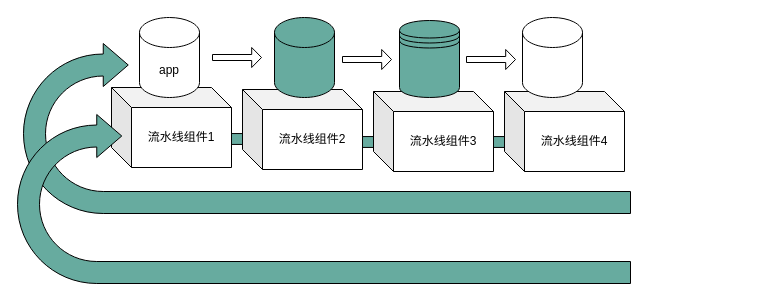
This is 研发流水线.drawio from mingtian110/pc_home, a draw.io file, before an edit. Source tidied: cells renumbered, new cells numbered last; positions are measured from the earlier drawing's top-left corner, leaving out a move shared by most shapes. Both pictures are drawn from the tidied source at 100%, with x=0, y=0 at pixel (17, 17).
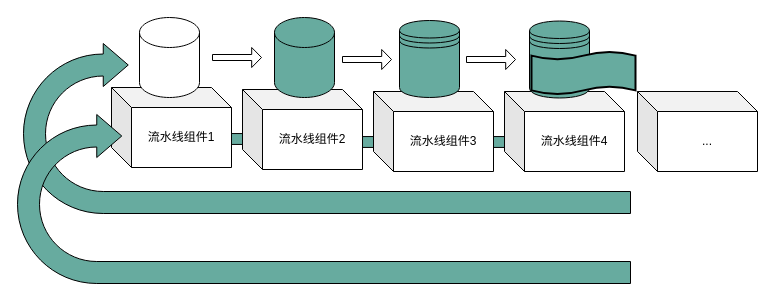
The same page after the edit.

Commit message (it also covers changes not shown here):
更新研发流水线.drawio

Diff of the diagram source:
```diff
@@
 <mxGraphModel>
   <root>
     <mxCell id="0" />
     <mxCell id="1" parent="0" />
     <mxCell id="2" style="html=1;shadow=0;dashed=0;align=center;verticalAlign=middle;shape=mxgraph.arrows2.sharpArrow2;dy1=0.67;dx1=18;dx2=18;dy3=0.15;dx3=27;notch=0;fillColor=#67AB9F;" parent="1" vertex="1">
       <mxGeometry x="447" y="108" width="96" height="33" as="geometry" />
     </mxCell>
     <mxCell id="3" style="html=1;shadow=0;dashed=0;align=center;verticalAlign=middle;shape=mxgraph.arrows2.sharpArrow2;dy1=0.67;dx1=18;dx2=18;dy3=0.15;dx3=27;notch=0;fillColor=#67AB9F;" parent="1" vertex="1">
       <mxGeometry x="319" y="108" width="96" height="33" as="geometry" />
     </mxCell>
     <mxCell id="4" style="html=1;shadow=0;dashed=0;align=center;verticalAlign=middle;shape=mxgraph.arrows2.sharpArrow2;dy1=0.67;dx1=18;dx2=18;dy3=0.15;dx3=27;notch=0;fillColor=#67AB9F;" parent="1" vertex="1">
       <mxGeometry x="179" y="105" width="96" height="33" as="geometry" />
     </mxCell>
     <mxCell id="5" value="流水线组件1" style="shape=cube;whiteSpace=wrap;html=1;boundedLbl=1;backgroundOutline=1;darkOpacity=0.05;darkOpacity2=0.1;" parent="1" vertex="1">
       <mxGeometry x="94" y="70" width="120" height="80" as="geometry" />
     </mxCell>
     <mxCell id="6" value="&lt;span&gt;流水线组件2&lt;/span&gt;" style="shape=cube;whiteSpace=wrap;html=1;boundedLbl=1;backgroundOutline=1;darkOpacity=0.05;darkOpacity2=0.1;" parent="1" vertex="1">
       <mxGeometry x="225" y="72" width="120" height="80" as="geometry" />
     </mxCell>
     <mxCell id="7" value="&lt;span&gt;流水线组件3&lt;/span&gt;" style="shape=cube;whiteSpace=wrap;html=1;boundedLbl=1;backgroundOutline=1;darkOpacity=0.05;darkOpacity2=0.1;" parent="1" vertex="1">
       <mxGeometry x="356" y="74" width="120" height="80" as="geometry" />
     </mxCell>
     <mxCell id="8" value="&lt;span&gt;流水线组件4&lt;/span&gt;" style="shape=cube;whiteSpace=wrap;html=1;boundedLbl=1;backgroundOutline=1;darkOpacity=0.05;darkOpacity2=0.1;" parent="1" vertex="1">
       <mxGeometry x="487" y="74" width="120" height="80" as="geometry" />
     </mxCell>
-    <mxCell id="9" value="app" style="shape=cylinder3;whiteSpace=wrap;html=1;boundedLbl=1;backgroundOutline=1;size=15;" parent="1" vertex="1">
+    <mxCell id="9" style="shape=cylinder3;whiteSpace=wrap;html=1;boundedLbl=1;backgroundOutline=1;size=15;" parent="1" vertex="1">
       <mxGeometry x="122" width="60" height="80" as="geometry" />
     </mxCell>
     <mxCell id="10" style="shape=cylinder3;whiteSpace=wrap;html=1;boundedLbl=1;backgroundOutline=1;size=15;fillColor=#67AB9F;" parent="1" vertex="1">
       <mxGeometry x="257" width="60" height="80" as="geometry" />
     </mxCell>
-    <mxCell id="11" style="shape=cylinder3;whiteSpace=wrap;html=1;boundedLbl=1;backgroundOutline=1;size=15;" parent="1" vertex="1">
-      <mxGeometry x="505" width="60" height="80" as="geometry" />
-    </mxCell>
     <mxCell id="12" style="shape=singleArrow;whiteSpace=wrap;html=1;" parent="1" vertex="1">
       <mxGeometry x="195" y="30" width="49" height="20" as="geometry" />
     </mxCell>
     <mxCell id="13" style="shape=singleArrow;whiteSpace=wrap;html=1;" parent="1" vertex="1">
       <mxGeometry x="325" y="32" width="49" height="20" as="geometry" />
     </mxCell>
     <mxCell id="14" style="shape=singleArrow;whiteSpace=wrap;html=1;" parent="1" vertex="1">
       <mxGeometry x="449" y="32" width="49" height="20" as="geometry" />
     </mxCell>
     <mxCell id="15" style="shape=datastore;whiteSpace=wrap;html=1;fillColor=#67AB9F;" parent="1" vertex="1">
       <mxGeometry x="382" y="3" width="60" height="77" as="geometry" />
     </mxCell>
     <mxCell id="16" style="html=1;shadow=0;dashed=0;align=center;verticalAlign=middle;shape=mxgraph.arrows2.uTurnArrow;dy=11;arrowHead=43;dx2=25;fillColor=#67AB9F;" parent="1" vertex="1">
       <mxGeometry x="6" y="26" width="607" height="170" as="geometry" />
     </mxCell>
     <mxCell id="17" style="html=1;shadow=0;dashed=0;align=center;verticalAlign=middle;shape=mxgraph.arrows2.uTurnArrow;dy=11;arrowHead=43;dx2=25;fillColor=#67AB9F;" parent="1" vertex="1">
       <mxGeometry y="97" width="613" height="169" as="geometry" />
     </mxCell>
+    <mxCell id="18" style="shape=datastore;whiteSpace=wrap;html=1;fillColor=#67AB9F;" parent="1" vertex="1">
+      <mxGeometry x="512" y="3.5" width="60" height="77" as="geometry" />
+    </mxCell>
+    <mxCell id="19" style="shape=tape;whiteSpace=wrap;html=1;strokeWidth=2;size=0.19;fillColor=#67AB9F;" parent="1" vertex="1">
+      <mxGeometry x="514" y="34" width="104" height="43" as="geometry" />
+    </mxCell>
+    <mxCell id="20" value="..." style="shape=cube;whiteSpace=wrap;html=1;boundedLbl=1;backgroundOutline=1;darkOpacity=0.05;darkOpacity2=0.1;fillColor=#FFFFFF;" parent="1" vertex="1">
+      <mxGeometry x="620" y="74" width="120" height="80" as="geometry" />
+    </mxCell>
   </root>
 </mxGraphModel>
```
